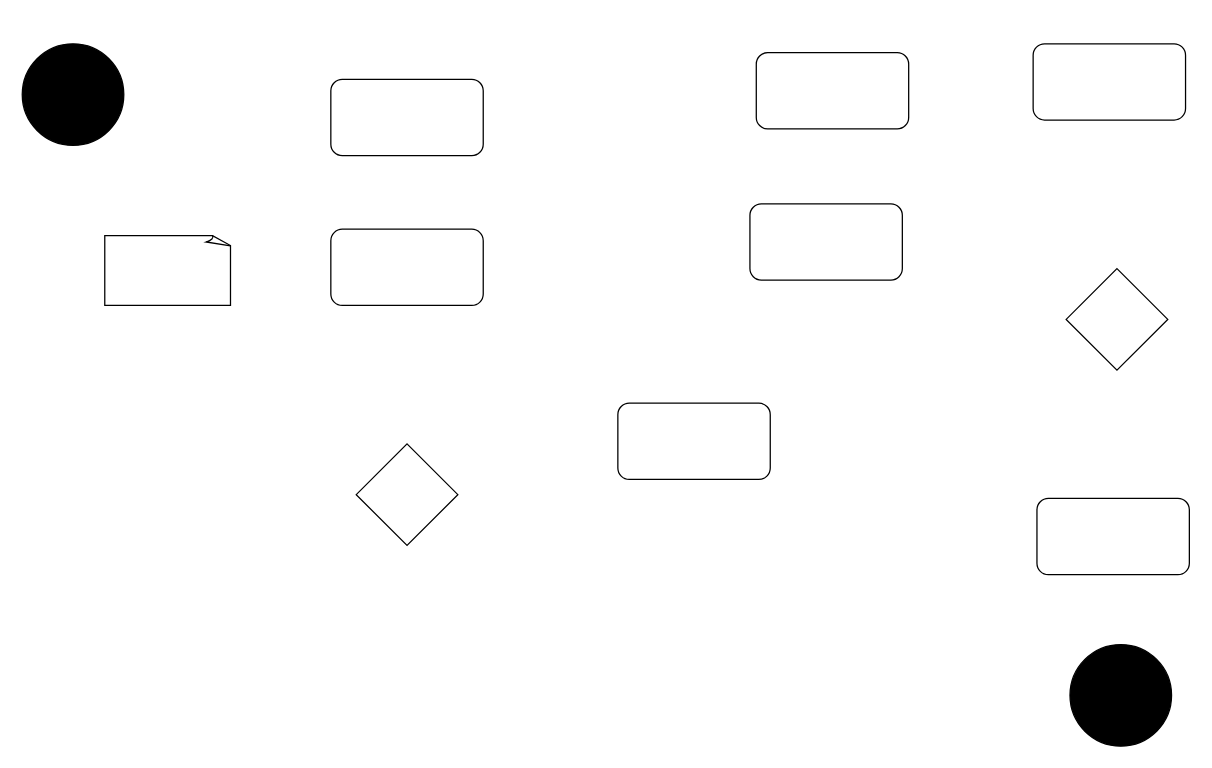
Before: Lab_docs/Lab4.drawio in FullStackPete/Uni_SoftwareEngineering, a draw.io diagram. Source tidied: cells renumbered, new cells numbered last; positions are measured from the earlier drawing's top-left corner, leaving out a move shared by most shapes. Both pictures are drawn from the tidied source at 127%, with x=0, y=0 at pixel (22, 43).
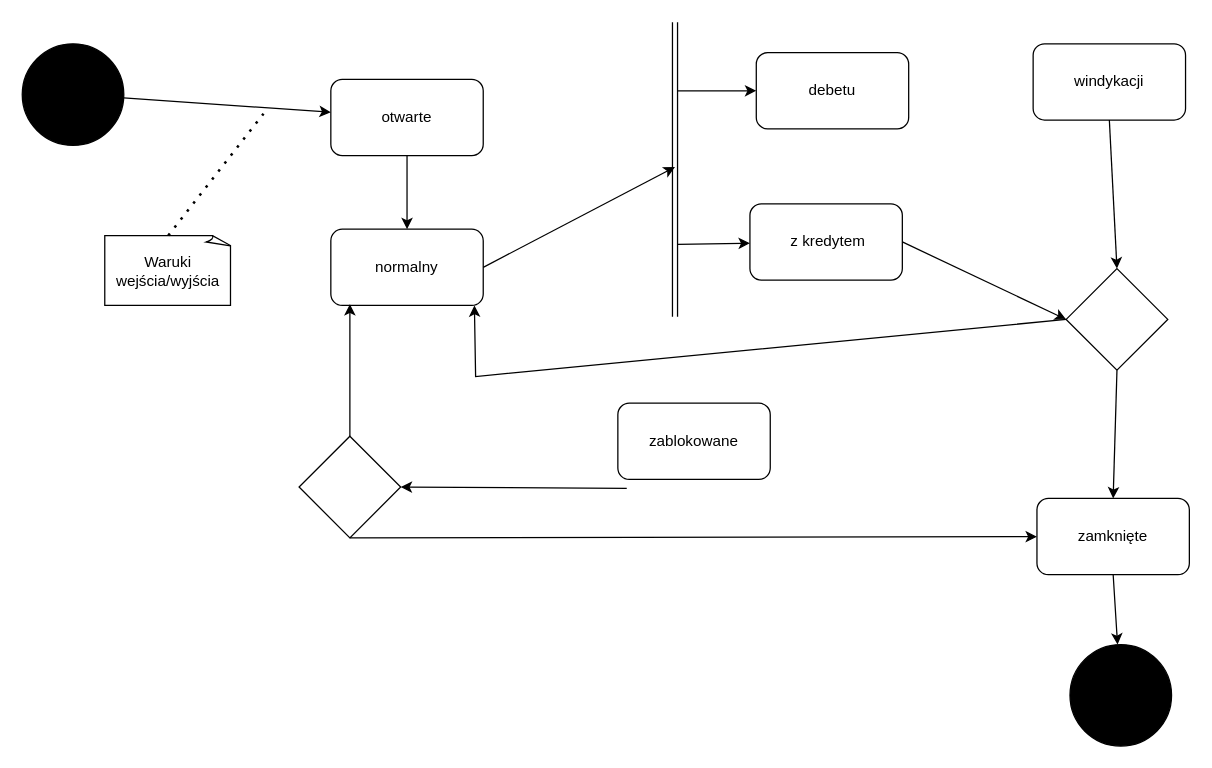
Above is the later version.

The change refers to these unchanged cells:
```xml
<mxCell id="8" style="rhombus;whiteSpace=wrap;html=1;" parent="1" vertex="1">
  <mxGeometry x="822" y="177" width="80" height="80" as="geometry" />
</mxCell>
<mxCell id="13" style="ellipse;whiteSpace=wrap;html=1;fillColor=#000000;" parent="1" vertex="1">
  <mxGeometry width="80" height="80" as="geometry" />
</mxCell>
<mxCell id="14" style="ellipse;whiteSpace=wrap;html=1;fillColor=#000000;" parent="1" vertex="1">
  <mxGeometry x="825" y="473" width="80" height="80" as="geometry" />
</mxCell>
```

Diff of the diagram source:
```diff
@@
-    <mxCell id="2" style="rounded=1;whiteSpace=wrap;html=1;" parent="1" vertex="1">
+    <mxCell id="2" value="otwarte" style="rounded=1;whiteSpace=wrap;html=1;" parent="1" vertex="1">
       <mxGeometry x="243" y="28" width="120" height="60" as="geometry" />
     </mxCell>
-    <mxCell id="3" style="rounded=1;whiteSpace=wrap;html=1;" parent="1" vertex="1">
+    <mxCell id="3" value="normalny" style="rounded=1;whiteSpace=wrap;html=1;" parent="1" vertex="1">
       <mxGeometry x="243" y="146" width="120" height="60" as="geometry" />
     </mxCell>
     <mxCell id="4" style="rhombus;whiteSpace=wrap;html=1;" parent="1" vertex="1">
-      <mxGeometry x="263" y="315" width="80" height="80" as="geometry" />
+      <mxGeometry x="218" y="309" width="80" height="80" as="geometry" />
     </mxCell>
@@
-    <mxCell id="6" style="rounded=1;whiteSpace=wrap;html=1;" parent="1" vertex="1">
+    <mxCell id="6" value="zablokowane" style="rounded=1;whiteSpace=wrap;html=1;" parent="1" vertex="1">
       <mxGeometry x="469" y="283" width="120" height="60" as="geometry" />
     </mxCell>
-    <mxCell id="7" style="rounded=1;whiteSpace=wrap;html=1;" parent="1" vertex="1">
+    <mxCell id="7" value="zamknięte" style="rounded=1;whiteSpace=wrap;html=1;" parent="1" vertex="1">
       <mxGeometry x="799" y="358" width="120" height="60" as="geometry" />
     </mxCell>
@@
-    <mxCell id="9" style="rounded=1;whiteSpace=wrap;html=1;" parent="1" vertex="1">
+    <mxCell id="9" value="windykacji" style="rounded=1;whiteSpace=wrap;html=1;" parent="1" vertex="1">
       <mxGeometry x="796" width="120" height="60" as="geometry" />
     </mxCell>
-    <mxCell id="10" style="rounded=1;whiteSpace=wrap;html=1;" parent="1" vertex="1">
+    <mxCell id="10" value="debetu" style="rounded=1;whiteSpace=wrap;html=1;" parent="1" vertex="1">
       <mxGeometry x="578" y="7" width="120" height="60" as="geometry" />
     </mxCell>
-    <mxCell id="11" style="rounded=1;whiteSpace=wrap;html=1;" parent="1" vertex="1">
+    <mxCell id="11" value="&amp;nbsp;z kredytem" style="rounded=1;whiteSpace=wrap;html=1;" parent="1" vertex="1">
       <mxGeometry x="573" y="126" width="120" height="60" as="geometry" />
     </mxCell>
-    <mxCell id="12" style="whiteSpace=wrap;html=1;shape=mxgraph.basic.document;" parent="1" vertex="1">
+    <mxCell id="12" value="Waruki wejścia/wyjścia" style="whiteSpace=wrap;html=1;shape=mxgraph.basic.document;" parent="1" vertex="1">
       <mxGeometry x="65" y="151" width="100" height="55" as="geometry" />
     </mxCell>
@@
+    <mxCell id="15" style="shape=link;html=1;rounded=0;" parent="1" edge="1">
+      <mxGeometry relative="1" as="geometry">
+        <mxPoint x="514" y="-17" as="sourcePoint" />
+        <mxPoint x="514" y="215" as="targetPoint" />
+      </mxGeometry>
+    </mxCell>
+    <mxCell id="16" style="endArrow=classic;html=1;rounded=0;" parent="1" edge="1" source="13" target="2">
+      <mxGeometry relative="1" as="geometry" />
+    </mxCell>
+    <mxCell id="17" style="endArrow=classic;html=1;rounded=0;exitX=0.5;exitY=1;exitDx=0;exitDy=0;" parent="1" edge="1" source="2" target="3">
+      <mxGeometry relative="1" as="geometry" />
+    </mxCell>
+    <mxCell id="18" style="endArrow=classic;html=1;rounded=0;exitX=0.5;exitY=0;exitDx=0;exitDy=0;entryX=0.125;entryY=0.983;entryDx=0;entryDy=0;entryPerimeter=0;" parent="1" edge="1" source="4" target="3">
+      <mxGeometry relative="1" as="geometry" />
+    </mxCell>
+    <mxCell id="19" style="endArrow=classic;html=1;rounded=0;entryX=1;entryY=0.5;entryDx=0;entryDy=0;" parent="1" edge="1" target="4">
+      <mxGeometry relative="1" as="geometry">
+        <mxPoint x="476" y="350" as="sourcePoint" />
+      </mxGeometry>
+    </mxCell>
+    <mxCell id="20" style="endArrow=classic;html=1;rounded=0;exitX=0.5;exitY=1;exitDx=0;exitDy=0;" parent="1" edge="1" source="4" target="7">
+      <mxGeometry relative="1" as="geometry" />
+    </mxCell>
+    <mxCell id="21" style="endArrow=classic;html=1;rounded=0;exitX=0.5;exitY=1;exitDx=0;exitDy=0;" parent="1" edge="1" source="7" target="14">
+      <mxGeometry relative="1" as="geometry" />
+    </mxCell>
+    <mxCell id="22" style="endArrow=classic;html=1;rounded=0;exitX=0.5;exitY=1;exitDx=0;exitDy=0;entryX=0.5;entryY=0;entryDx=0;entryDy=0;" parent="1" edge="1" source="8" target="7">
+      <mxGeometry relative="1" as="geometry" />
+    </mxCell>
+    <mxCell id="23" style="endArrow=classic;html=1;rounded=0;exitX=0.5;exitY=1;exitDx=0;exitDy=0;entryX=0.5;entryY=0;entryDx=0;entryDy=0;" parent="1" edge="1" source="9" target="8">
+      <mxGeometry relative="1" as="geometry" />
+    </mxCell>
+    <mxCell id="24" style="endArrow=classic;html=1;rounded=0;entryX=0;entryY=0.5;entryDx=0;entryDy=0;exitX=1;exitY=0.5;exitDx=0;exitDy=0;" parent="1" edge="1" source="11" target="8">
+      <mxGeometry relative="1" as="geometry" />
+    </mxCell>
+    <mxCell id="25" style="endArrow=classic;html=1;rounded=0;" parent="1" edge="1" target="11">
+      <mxGeometry relative="1" as="geometry">
+        <mxPoint x="516" y="158" as="sourcePoint" />
+      </mxGeometry>
+    </mxCell>
+    <mxCell id="26" style="endArrow=classic;html=1;rounded=0;" parent="1" edge="1" target="10">
+      <mxGeometry relative="1" as="geometry">
+        <mxPoint x="516" y="37" as="sourcePoint" />
+      </mxGeometry>
+    </mxCell>
+    <mxCell id="27" style="endArrow=classic;html=1;rounded=0;exitX=0;exitY=0.5;exitDx=0;exitDy=0;entryX=0.942;entryY=1;entryDx=0;entryDy=0;entryPerimeter=0;" parent="1" edge="1" source="8" target="3">
+      <mxGeometry relative="1" as="geometry">
+        <Array as="points">
+          <mxPoint x="357" y="262" />
+        </Array>
+      </mxGeometry>
+    </mxCell>
+    <mxCell id="28" style="endArrow=classic;html=1;rounded=0;exitX=1;exitY=0.5;exitDx=0;exitDy=0;" parent="1" edge="1" source="3">
+      <mxGeometry relative="1" as="geometry">
+        <mxPoint x="514" y="97" as="targetPoint" />
+      </mxGeometry>
+    </mxCell>
+    <mxCell id="29" style="endArrow=none;dashed=1;html=1;dashPattern=1 3;strokeWidth=2;rounded=0;exitX=0.5;exitY=0;exitDx=0;exitDy=0;exitPerimeter=0;" parent="1" edge="1" source="12">
+      <mxGeometry relative="1" as="geometry">
+        <mxPoint x="190" y="55" as="targetPoint" />
+      </mxGeometry>
+    </mxCell>
```
